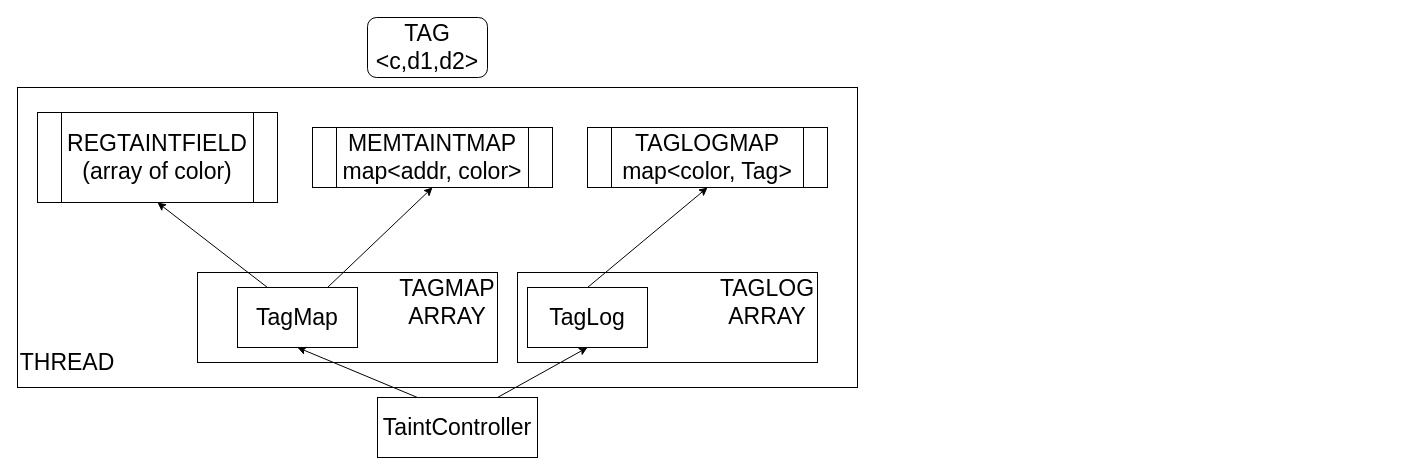
Before: docs/implementation_overview.drawio in h3xduck/TaintBlade, a draw.io diagram. Source tidied: cells renumbered, new cells numbered last; positions are measured from the earlier drawing's top-left corner, leaving out a move shared by most shapes. Both pictures are drawn from the tidied source at 100%, with x=0, y=0 at pixel (17, 17).
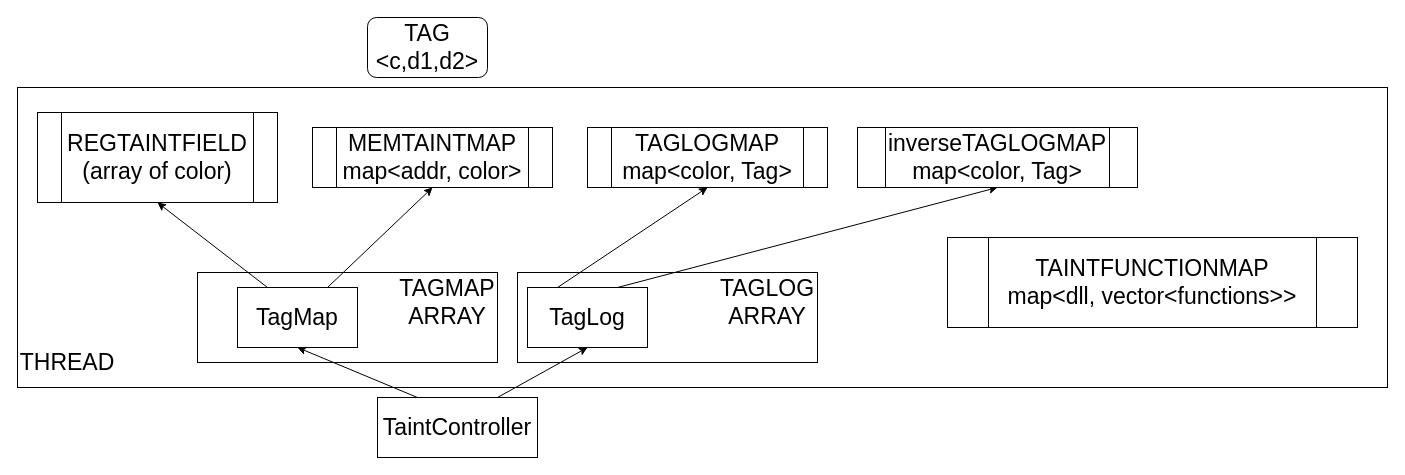
After the change.

The change refers to these unchanged cells:
```xml
<mxCell id="6" value="TAGLOGMAP&lt;br&gt;map&amp;lt;color, Tag&amp;gt;" style="shape=process;whiteSpace=wrap;html=1;backgroundOutline=1;fontSize=23;" parent="1" vertex="1">
  <mxGeometry x="570" y="110" width="240" height="60" as="geometry" />
</mxCell>
<mxCell id="13" value="TagLog" style="rounded=0;whiteSpace=wrap;html=1;fontSize=23;" parent="1" vertex="1">
  <mxGeometry x="510" y="270" width="120" height="60" as="geometry" />
</mxCell>
```

Diff of the diagram source:
```diff
@@
     <mxCell id="2" style="rounded=0;whiteSpace=wrap;html=1;fontSize=23;" parent="1" vertex="1">
-      <mxGeometry y="70" width="840" height="300" as="geometry" />
+      <mxGeometry y="70" width="1370" height="300" as="geometry" />
     </mxCell>
@@
-    <mxCell id="12" style="edgeStyle=none;rounded=0;jettySize=auto;html=1;exitX=0.5;exitY=0;exitDx=0;exitDy=0;entryX=0.5;entryY=1;entryDx=0;entryDy=0;fontSize=23;" parent="1" edge="1" source="13" target="6">
+    <mxCell id="12" style="edgeStyle=none;rounded=0;jettySize=auto;html=1;exitX=0.25;exitY=0;exitDx=0;exitDy=0;entryX=0.5;entryY=1;entryDx=0;entryDy=0;fontSize=23;" parent="1" edge="1" source="13" target="6">
       <mxGeometry relative="1" as="geometry" />
     </mxCell>
+    <mxCell id="20" style="rounded=0;jettySize=auto;html=1;exitX=0.75;exitY=0;exitDx=0;exitDy=0;entryX=0.5;entryY=1;entryDx=0;entryDy=0;" parent="1" edge="1" source="13" target="21">
+      <mxGeometry relative="1" as="geometry" />
+    </mxCell>
@@
+    <mxCell id="21" value="inverseTAGLOGMAP&lt;br&gt;map&amp;lt;color, Tag&amp;gt;" style="shape=process;whiteSpace=wrap;html=1;backgroundOutline=1;fontSize=23;" parent="1" vertex="1">
+      <mxGeometry x="840" y="110" width="280" height="60" as="geometry" />
+    </mxCell>
+    <mxCell id="22" value="TAINTFUNCTIONMAP&lt;br&gt;map&amp;lt;dll, vector&amp;lt;functions&amp;gt;&amp;gt;" style="shape=process;whiteSpace=wrap;html=1;backgroundOutline=1;fontSize=23;" parent="1" vertex="1">
+      <mxGeometry x="930" y="220" width="410" height="90" as="geometry" />
+    </mxCell>
```
